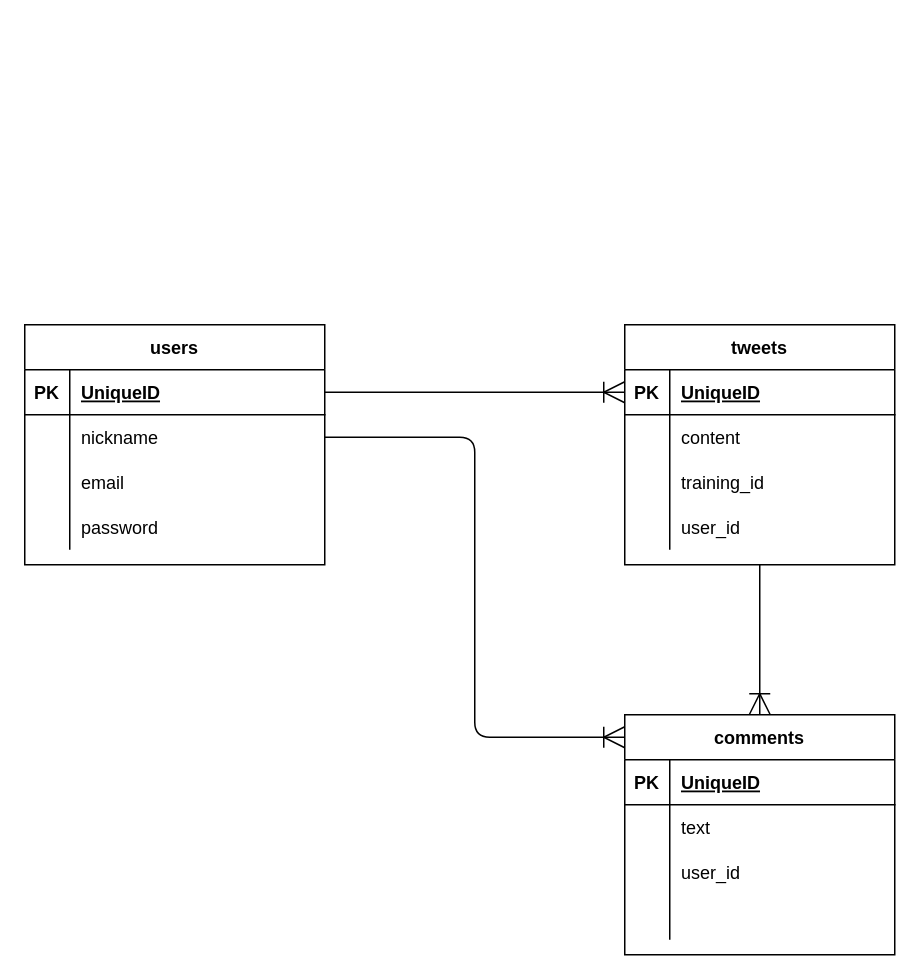
Above: sharetraining.dio in matsu006007/share_training_app (draw.io), before the change. Source tidied: cells renumbered, new cells numbered last; positions are measured from the earlier drawing's top-left corner, leaving out a move shared by most shapes. Both pictures are drawn from the tidied source at 150%, with x=0, y=0 at pixel (24, 324).
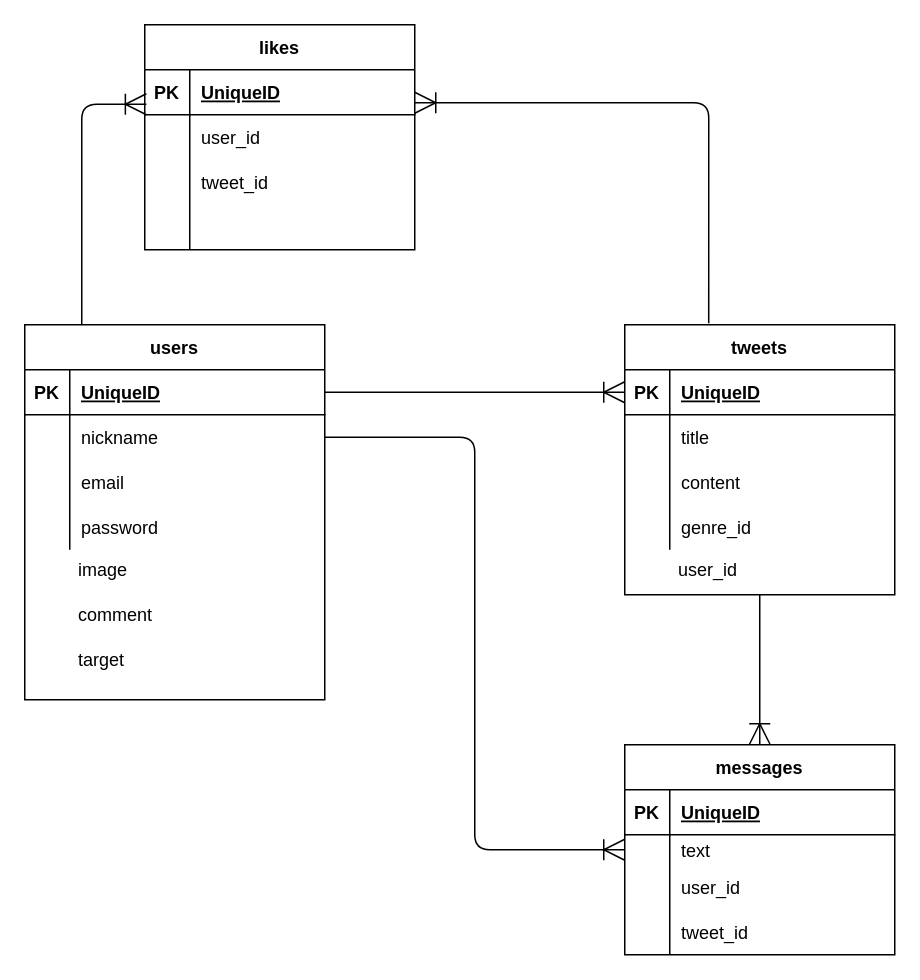
The same diagram, later.

The change refers to these unchanged cells:
```xml
<mxCell id="6" style="shape=partialRectangle;fillColor=none;top=0;left=0;bottom=0;right=0;points=[[0,0.5],[1,0.5]];portConstraint=eastwest;" parent="2" vertex="1">
  <mxGeometry y="60" width="200" height="30" as="geometry" />
</mxCell>
<mxCell id="19" style="shape=partialRectangle;fillColor=none;top=0;left=0;bottom=0;right=0;" parent="15" vertex="1">
  <mxGeometry y="60" width="180" height="30" as="geometry" />
</mxCell>
<mxCell id="22" style="shape=partialRectangle;fillColor=none;top=0;left=0;bottom=0;right=0;" parent="15" vertex="1">
  <mxGeometry y="90" width="180" height="30" as="geometry" />
</mxCell>
<mxCell id="25" style="shape=partialRectangle;fillColor=none;top=0;left=0;bottom=0;right=0;" parent="15" vertex="1">
  <mxGeometry y="120" width="180" height="30" as="geometry" />
</mxCell>
```

Diff of the diagram source:
```diff
@@
     <mxCell id="2" value="users" style="shape=table;startSize=30;childLayout=tableLayout;rowLines=0;fontStyle=1;align=center;" parent="1" vertex="1">
-      <mxGeometry width="200" height="160" as="geometry" />
+      <mxGeometry width="200" height="250" as="geometry" />
     </mxCell>
@@
     <mxCell id="15" value="tweets" style="shape=table;startSize=30;childLayout=tableLayout;rowLines=0;fontStyle=1;align=center;" parent="1" vertex="1">
-      <mxGeometry x="400" width="180" height="160" as="geometry" />
+      <mxGeometry x="400" width="180" height="180" as="geometry" />
     </mxCell>
@@
-    <mxCell id="21" value="content" style="shape=partialRectangle;fillColor=none;top=0;left=0;bottom=0;right=0;align=left;spacingLeft=6;overflow=hidden;" parent="19" vertex="1">
+    <mxCell id="21" value="title" style="shape=partialRectangle;fillColor=none;top=0;left=0;bottom=0;right=0;align=left;spacingLeft=6;overflow=hidden;" parent="19" vertex="1">
       <mxGeometry x="30" width="150" height="30" as="geometry" />
     </mxCell>
@@
-    <mxCell id="24" value="training_id" style="shape=partialRectangle;fillColor=none;top=0;left=0;bottom=0;right=0;align=left;spacingLeft=6;overflow=hidden;" parent="22" vertex="1">
+    <mxCell id="24" value="content" style="shape=partialRectangle;fillColor=none;top=0;left=0;bottom=0;right=0;align=left;spacingLeft=6;overflow=hidden;" parent="22" vertex="1">
       <mxGeometry x="30" width="150" height="30" as="geometry" />
     </mxCell>
@@
-    <mxCell id="27" value="user_id" style="shape=partialRectangle;fillColor=none;top=0;left=0;bottom=0;right=0;align=left;spacingLeft=6;overflow=hidden;" parent="25" vertex="1">
+    <mxCell id="27" value="genre_id" style="shape=partialRectangle;fillColor=none;top=0;left=0;bottom=0;right=0;align=left;spacingLeft=6;overflow=hidden;" parent="25" vertex="1">
       <mxGeometry x="30" width="150" height="30" as="geometry" />
     </mxCell>
-    <mxCell id="28" value="comments" style="shape=table;startSize=30;childLayout=tableLayout;rowLines=0;fontStyle=1;align=center;" parent="1" vertex="1">
-      <mxGeometry x="400" y="260" width="180" height="160" as="geometry" />
+    <mxCell id="28" value="messages" style="shape=table;startSize=30;childLayout=tableLayout;rowLines=0;fontStyle=1;align=center;" parent="1" vertex="1">
+      <mxGeometry x="400" y="280" width="180" height="140" as="geometry" />
     </mxCell>
@@
     <mxCell id="32" style="shape=partialRectangle;fillColor=none;top=0;left=0;bottom=0;right=0;points=[[0,0.5],[1,0.5]];portConstraint=eastwest;" parent="28" vertex="1">
-      <mxGeometry y="60" width="180" height="30" as="geometry" />
+      <mxGeometry y="60" width="180" height="20" as="geometry" />
     </mxCell>
     <mxCell id="33" style="shape=partialRectangle;fillColor=none;top=0;left=0;bottom=0;right=0;overflow=hidden;" parent="32" vertex="1">
-      <mxGeometry width="30" height="30" as="geometry" />
+      <mxGeometry width="30" height="20" as="geometry" />
     </mxCell>
     <mxCell id="34" value="text" style="shape=partialRectangle;fillColor=none;top=0;left=0;bottom=0;right=0;align=left;spacingLeft=6;overflow=hidden;" parent="32" vertex="1">
-      <mxGeometry x="30" width="150" height="30" as="geometry" />
+      <mxGeometry x="30" width="150" height="20" as="geometry" />
     </mxCell>
     <mxCell id="35" style="shape=partialRectangle;fillColor=none;top=0;left=0;bottom=0;right=0;" parent="28" vertex="1">
-      <mxGeometry y="90" width="180" height="30" as="geometry" />
+      <mxGeometry y="80" width="180" height="30" as="geometry" />
     </mxCell>
@@
     <mxCell id="38" style="shape=partialRectangle;fillColor=none;top=0;left=0;bottom=0;right=0;" parent="28" vertex="1">
-      <mxGeometry y="120" width="180" height="30" as="geometry" />
+      <mxGeometry y="110" width="180" height="30" as="geometry" />
     </mxCell>
@@
-    <mxCell id="40" style="shape=partialRectangle;fillColor=none;top=0;left=0;bottom=0;right=0;align=left;spacingLeft=6;overflow=hidden;" parent="38" vertex="1">
+    <mxCell id="40" value="tweet_id" style="shape=partialRectangle;fillColor=none;top=0;left=0;bottom=0;right=0;align=left;spacingLeft=6;overflow=hidden;" parent="38" vertex="1">
       <mxGeometry x="30" width="150" height="30" as="geometry" />
     </mxCell>
@@
-    <mxCell id="42" style="edgeStyle=orthogonalEdgeStyle;fontSize=12;html=1;endArrow=ERoneToMany;exitX=1;exitY=0.5;exitDx=0;exitDy=0;endSize=12;" parent="1" edge="1" source="6">
+    <mxCell id="42" style="edgeStyle=orthogonalEdgeStyle;fontSize=12;html=1;endArrow=ERoneToMany;exitX=1;exitY=0.5;exitDx=0;exitDy=0;endSize=12;entryX=0;entryY=0.5;entryDx=0;entryDy=0;" parent="1" edge="1" source="6" target="32">
       <mxGeometry relative="1" as="geometry">
-        <mxPoint x="400" y="275" as="targetPoint" />
         <Array as="points">
           <mxPoint x="300" y="75" />
-          <mxPoint x="300" y="275" />
+          <mxPoint x="300" y="350" />
         </Array>
       </mxGeometry>
     </mxCell>
@@
+    <mxCell id="44" value="image" style="text;strokeColor=none;fillColor=none;spacingLeft=4;spacingRight=4;overflow=hidden;fontSize=12;" parent="1" vertex="1">
+      <mxGeometry x="30" y="150" width="50" height="30" as="geometry" />
+    </mxCell>
+    <mxCell id="45" value="comment" style="text;strokeColor=none;fillColor=none;spacingLeft=4;spacingRight=4;overflow=hidden;fontSize=12;" parent="1" vertex="1">
+      <mxGeometry x="30" y="180" width="100" height="30" as="geometry" />
+    </mxCell>
+    <mxCell id="46" value="target" style="text;strokeColor=none;fillColor=none;spacingLeft=4;spacingRight=4;overflow=hidden;fontSize=12;" parent="1" vertex="1">
+      <mxGeometry x="30" y="210" width="60" height="30" as="geometry" />
+    </mxCell>
+    <mxCell id="47" value="user_id" style="text;strokeColor=none;fillColor=none;spacingLeft=4;spacingRight=4;overflow=hidden;fontSize=12;" parent="1" vertex="1">
+      <mxGeometry x="430" y="150" width="130" height="30" as="geometry" />
+    </mxCell>
+    <mxCell id="48" value="likes" style="shape=table;startSize=30;childLayout=tableLayout;rowLines=0;fontStyle=1;align=center;" parent="1" vertex="1">
+      <mxGeometry x="80" y="-200" width="180" height="150" as="geometry" />
+    </mxCell>
+    <mxCell id="49" style="shape=partialRectangle;fillColor=none;top=0;left=0;bottom=1;right=0;points=[[0,0.5],[1,0.5]];portConstraint=eastwest;" parent="48" vertex="1">
+      <mxGeometry y="30" width="180" height="30" as="geometry" />
+    </mxCell>
+    <mxCell id="50" value="PK" style="shape=partialRectangle;fillColor=none;top=0;left=0;bottom=0;right=0;fontStyle=1;overflow=hidden;" parent="49" vertex="1">
+      <mxGeometry width="30" height="30" as="geometry" />
+    </mxCell>
+    <mxCell id="51" value="UniqueID" style="shape=partialRectangle;fillColor=none;top=0;left=0;bottom=0;right=0;align=left;spacingLeft=6;fontStyle=5;overflow=hidden;" parent="49" vertex="1">
+      <mxGeometry x="30" width="150" height="30" as="geometry" />
+    </mxCell>
+    <mxCell id="52" style="shape=partialRectangle;fillColor=none;top=0;left=0;bottom=0;right=0;" parent="48" vertex="1">
+      <mxGeometry y="60" width="180" height="30" as="geometry" />
+    </mxCell>
+    <mxCell id="53" style="shape=partialRectangle;fillColor=none;top=0;left=0;bottom=0;right=0;overflow=hidden;" parent="52" vertex="1">
+      <mxGeometry width="30" height="30" as="geometry" />
+    </mxCell>
+    <mxCell id="54" value="user_id" style="shape=partialRectangle;fillColor=none;top=0;left=0;bottom=0;right=0;align=left;spacingLeft=6;overflow=hidden;" parent="52" vertex="1">
+      <mxGeometry x="30" width="150" height="30" as="geometry" />
+    </mxCell>
+    <mxCell id="55" style="shape=partialRectangle;fillColor=none;top=0;left=0;bottom=0;right=0;" parent="48" vertex="1">
+      <mxGeometry y="90" width="180" height="30" as="geometry" />
+    </mxCell>
+    <mxCell id="56" style="shape=partialRectangle;fillColor=none;top=0;left=0;bottom=0;right=0;overflow=hidden;" parent="55" vertex="1">
+      <mxGeometry width="30" height="30" as="geometry" />
+    </mxCell>
+    <mxCell id="57" value="tweet_id" style="shape=partialRectangle;fillColor=none;top=0;left=0;bottom=0;right=0;align=left;spacingLeft=6;overflow=hidden;" parent="55" vertex="1">
+      <mxGeometry x="30" width="150" height="30" as="geometry" />
+    </mxCell>
+    <mxCell id="58" style="shape=partialRectangle;fillColor=none;top=0;left=0;bottom=0;right=0;" parent="48" vertex="1">
+      <mxGeometry y="120" width="180" height="30" as="geometry" />
+    </mxCell>
+    <mxCell id="59" style="shape=partialRectangle;fillColor=none;top=0;left=0;bottom=0;right=0;overflow=hidden;" parent="58" vertex="1">
+      <mxGeometry width="30" height="30" as="geometry" />
+    </mxCell>
+    <mxCell id="60" style="shape=partialRectangle;fillColor=none;top=0;left=0;bottom=0;right=0;align=left;spacingLeft=6;overflow=hidden;" parent="58" vertex="1">
+      <mxGeometry x="30" width="150" height="30" as="geometry" />
+    </mxCell>
+    <mxCell id="61" style="edgeStyle=orthogonalEdgeStyle;fontSize=12;html=1;endArrow=ERoneToMany;exitX=0.19;exitY=0;exitDx=0;exitDy=0;exitPerimeter=0;entryX=0.006;entryY=0.767;entryDx=0;entryDy=0;entryPerimeter=0;endSize=12;" parent="1" edge="1" source="2" target="49">
+      <mxGeometry relative="1" as="geometry" />
+    </mxCell>
+    <mxCell id="62" style="edgeStyle=orthogonalEdgeStyle;fontSize=12;html=1;endArrow=ERoneToMany;exitX=0.311;exitY=-0.006;exitDx=0;exitDy=0;exitPerimeter=0;entryX=1;entryY=0.733;entryDx=0;entryDy=0;entryPerimeter=0;endSize=12;" parent="1" edge="1" source="15" target="49">
+      <mxGeometry relative="1" as="geometry" />
+    </mxCell>
```
